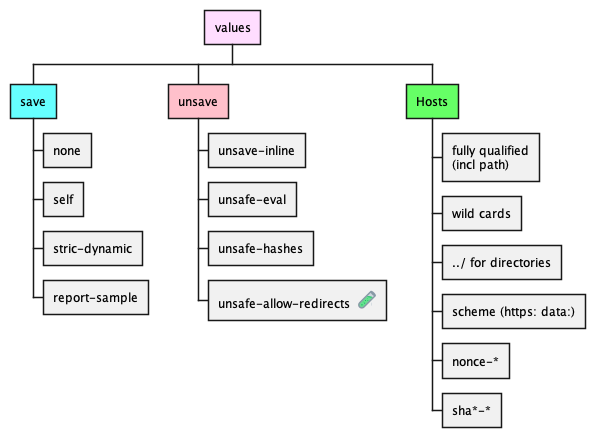
Before: src/main/resources/webroot/CSP-Values.png, a diagram exported from PlantUML (Stwissel/csp-tester). Its diagram source:
```plantuml
@startwbs CSP-Values
*[#FFDDFF] values
**[#66FFFF] save
*** none
*** self
*** stric-dynamic
*** report-sample
**[#pink] unsave
*** unsave-inline
*** unsafe-eval
*** unsafe-hashes
*** unsafe-allow-redirects  <:test_tube:>
**[#66FF66] Hosts
*** fully qualified\n(incl path)
*** wild cards
*** ../ for directories
*** scheme (https: data:)
*** nonce-*
*** sha*-*
@endwbs
```
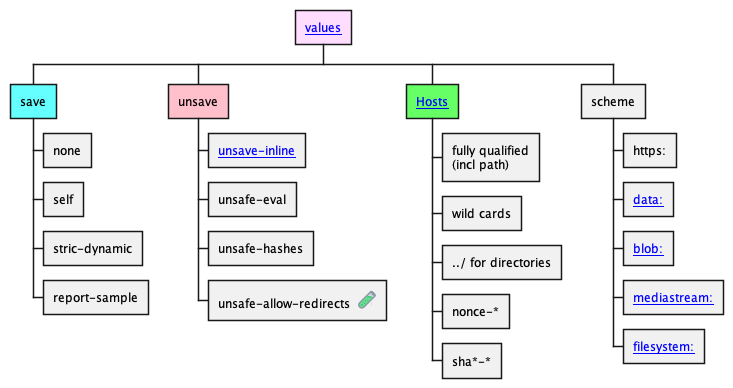
After the change.

The edit, as a diff of the source:
```diff
@@ -1,20 +1,25 @@
 @startwbs CSP-Values
-*[#FFDDFF] values
+*[#FFDDFF] [[https://developer.mozilla.org/en-US/docs/Web/HTTP/Headers/Content-Security-Policy/Sources#sources values]]
 **[#66FFFF] save
 *** none
 *** self
 *** stric-dynamic
 *** report-sample
 **[#pink] unsave
-*** unsave-inline
+*** [[https://developer.mozilla.org/en-US/docs/Web/HTTP/Headers/Content-Security-Policy/script-src#unsafe_inline_script unsave-inline]]
 *** unsafe-eval
 *** unsafe-hashes
 *** unsafe-allow-redirects  <:test_tube:>
-**[#66FF66] Hosts
+**[#66FF66] [[https://developer.mozilla.org/en-US/docs/Learn/Common_questions/What_is_a_URL Hosts]]
 *** fully qualified\n(incl path)
 *** wild cards
 *** ../ for directories
-*** scheme (https: data:)
 *** nonce-*
 *** sha*-*
+** scheme
+*** https:
+*** [[https://developer.mozilla.org/en-US/docs/Web/HTTP/Basics_of_HTTP/Data_URLs data:]]
+*** [[https://developer.mozilla.org/en-US/docs/Web/API/Blob blob:]]
+*** [[https://developer.mozilla.org/en-US/docs/Web/API/Media_Capture_and_Streams_API mediastream:]]
+*** [[https://developer.mozilla.org/en-US/docs/Web/API/FileSystem filesystem:]]
 @endwbs
```
